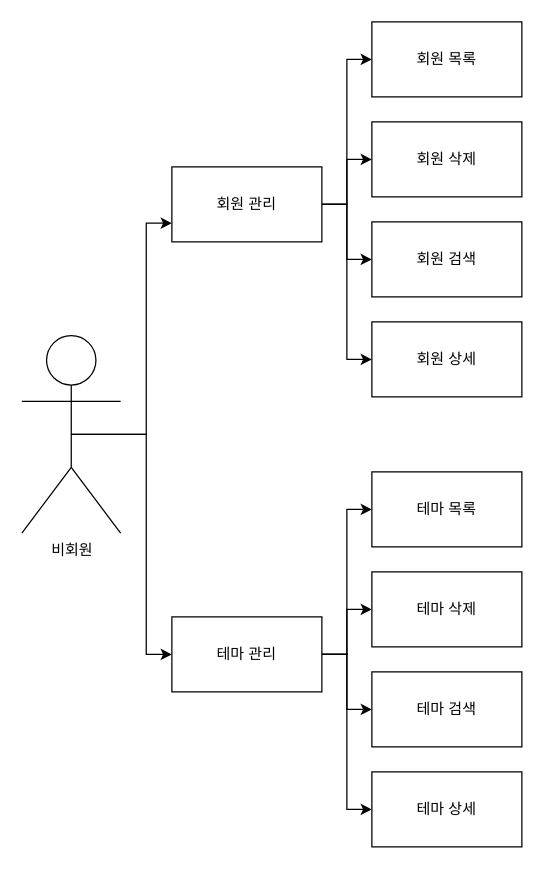
Before: page "관리자" (3 of 3) of Untitled Diagram.drawio in zooragi/bitcamp-team5, a draw.io diagram. Source tidied: cells renumbered, new cells numbered last; positions are measured from the earlier drawing's top-left corner, leaving out a move shared by most shapes. Both pictures are drawn from the tidied source at 125%, with x=0, y=0 at pixel (21, 21).
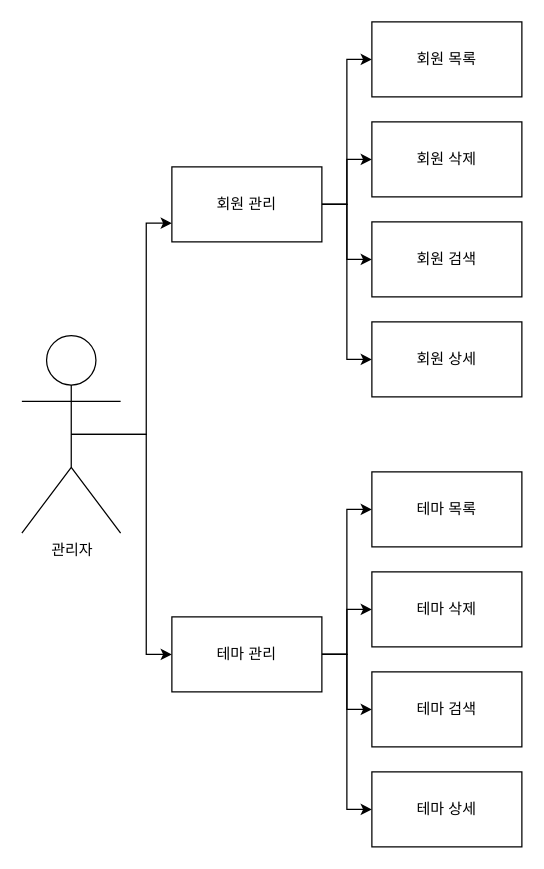
After the change.

Diff of the diagram source:
```diff
@@
-    <mxCell id="4" value="비회원" style="shape=umlActor;verticalLabelPosition=bottom;verticalAlign=top;html=1;outlineConnect=0;" parent="1" vertex="1">
+    <mxCell id="4" value="관리자" style="shape=umlActor;verticalLabelPosition=bottom;verticalAlign=top;html=1;outlineConnect=0;" parent="1" vertex="1">
       <mxGeometry y="251" width="79" height="158" as="geometry" />
     </mxCell>
```
